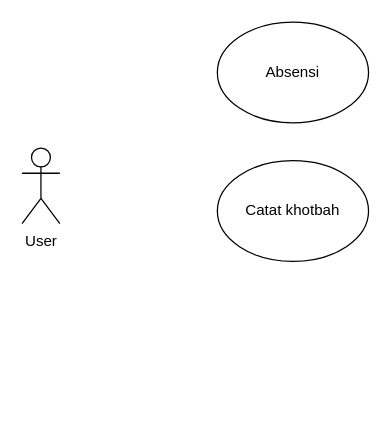
Above: Usecase E-church.drawio in Raymond-15/requirements (draw.io), before the change. Source tidied: cells renumbered, new cells numbered last; positions are measured from the earlier drawing's top-left corner, leaving out a move shared by most shapes. Both pictures are drawn from the tidied source at 126%, with x=0, y=0 at pixel (21, 21).
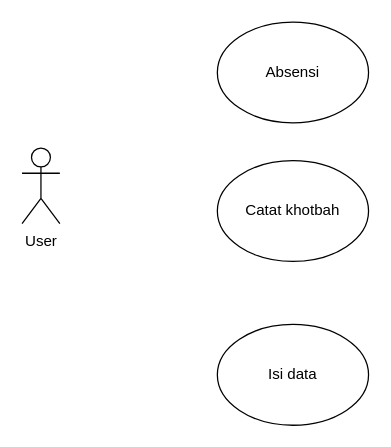
The same page after the edit.

Diff of the diagram source:
```diff
@@
 <mxGraphModel>
   <root>
     <mxCell id="0" />
     <mxCell id="1" parent="0" />
     <mxCell id="2" value="User" style="shape=umlActor;verticalLabelPosition=bottom;verticalAlign=top;html=1;" parent="1" vertex="1">
       <mxGeometry y="100" width="30" height="60" as="geometry" />
     </mxCell>
     <mxCell id="3" value="Absensi" style="ellipse;whiteSpace=wrap;html=1;" parent="1" vertex="1">
       <mxGeometry x="155" width="120" height="80" as="geometry" />
     </mxCell>
     <mxCell id="4" value="Catat khotbah" style="ellipse;whiteSpace=wrap;html=1;" parent="1" vertex="1">
       <mxGeometry x="155" y="110" width="120" height="80" as="geometry" />
     </mxCell>
+    <mxCell id="5" value="Isi data" style="ellipse;whiteSpace=wrap;html=1;" parent="1" vertex="1">
+      <mxGeometry x="155" y="240" width="120" height="80" as="geometry" />
+    </mxCell>
   </root>
 </mxGraphModel>
```
